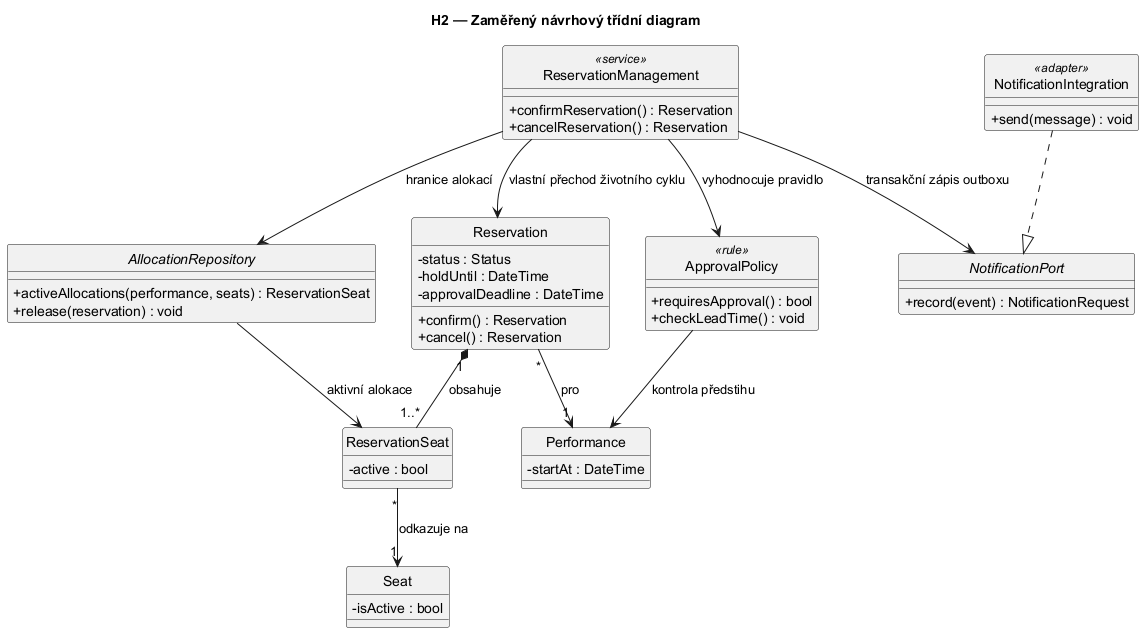
Earlier version of the PlantUML export docs/c03-diagrams/focused-design-class.png (jn-flk/SWI). Its diagram source:
```plantuml
@startuml
title H2 — Zaměřený návrhový třídní diagram
hide circle
skinparam classAttributeIconSize 0

class Reservation {
  - status : Status
  - holdUntil : DateTime
  - approvalDeadline : DateTime
  + confirm() : Reservation
  + cancel() : Reservation
}
class ReservationSeat {
  - active : bool
}
class Performance {
  - startAt : DateTime
}
class Seat {
  - isActive : bool
}
class ApprovalPolicy <<rule>> {
  + requiresApproval() : bool
  + checkLeadTime() : void
}
class ReservationManagement <<service>> {
  + confirmReservation() : Reservation
  + cancelReservation() : Reservation
}
interface AllocationRepository {
 + activeAllocations(performance, seats) : ReservationSeat
 + release(reservation) : void
}
interface NotificationPort {
 + record(event) : NotificationRequest
}
class NotificationIntegration <<adapter>> {
  + send(message) : void
}

Reservation "1" *-- "1..*" ReservationSeat : obsahuje
ReservationSeat "*" --> "1" Seat : odkazuje na
Reservation "*" --> "1" Performance : pro
ReservationManagement --> Reservation : vlastní přechod životního cyklu
ReservationManagement --> AllocationRepository : hranice alokací
ReservationManagement --> ApprovalPolicy : vyhodnocuje pravidlo
ReservationManagement --> NotificationPort : transakční zápis outboxu
NotificationIntegration ..|> NotificationPort
ApprovalPolicy --> Performance : kontrola předstihu
AllocationRepository --> ReservationSeat : aktivní alokace
@enduml
```
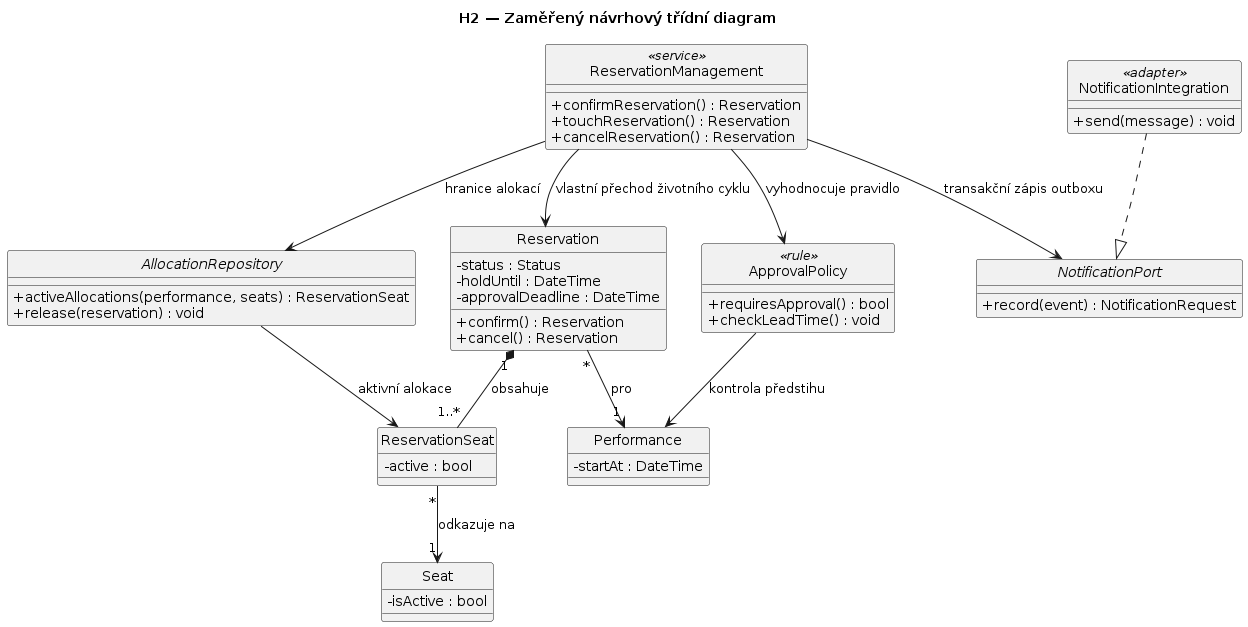
The same diagram one commit later.

Change to the diagram source:
```diff
@@ -25,6 +25,7 @@
 }
 class ReservationManagement <<service>> {
   + confirmReservation() : Reservation
+  + touchReservation() : Reservation
   + cancelReservation() : Reservation
 }
 interface AllocationRepository {
```
